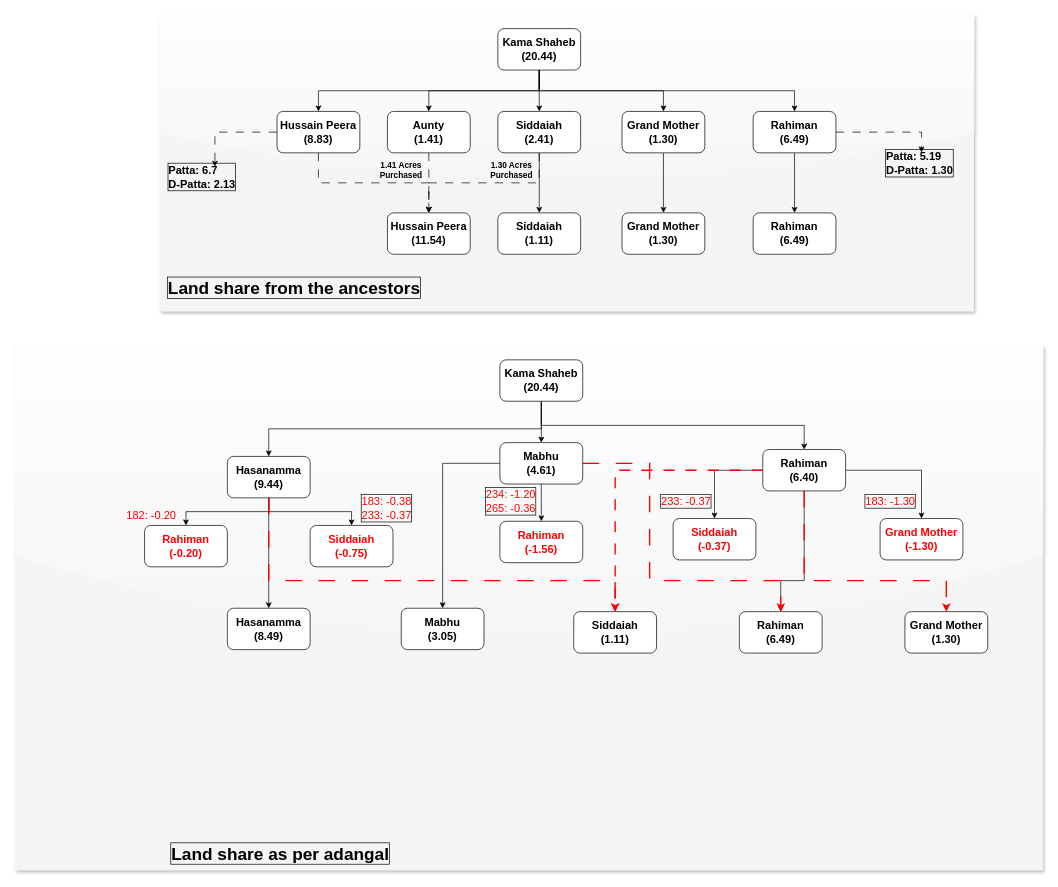
The draw.io diagram Untitled Diagram.drawio in Kamalbannuru/Designs, before the edit. Source tidied: cells renumbered, new cells numbered last; positions are measured from the earlier drawing's top-left corner, leaving out a move shared by most shapes. Both pictures are drawn from the tidied source at 69%, with x=0, y=0 at pixel (14, 14). Pictures stored in the file or linked from it are replaced by grey dashed boxes.
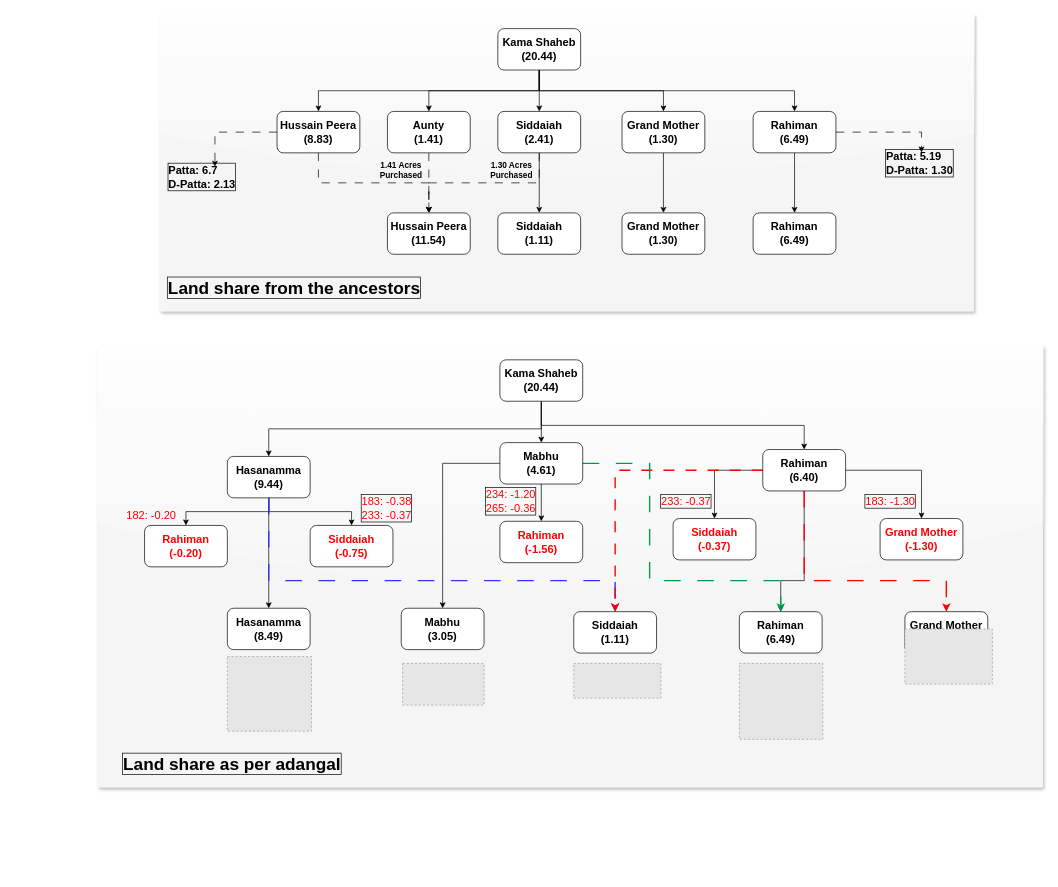
The same page after the edit.

Commit message:
Taduru Land Sharesdrawio

Unchanged cells that the change refers to:
```xml
<mxCell id="40" value="Hasanamma&lt;div&gt;(9.44)&lt;/div&gt;" style="rounded=1;whiteSpace=wrap;html=1;fontSize=16;fontStyle=1;" parent="1" vertex="1">
  <mxGeometry x="308" y="640" width="120" height="60" as="geometry" />
</mxCell>
<mxCell id="46" value="Rahiman&lt;div&gt;(6.40)&lt;/div&gt;" style="rounded=1;whiteSpace=wrap;html=1;fontSize=16;fontStyle=1;" parent="1" vertex="1">
  <mxGeometry x="1084" y="630" width="120" height="60" as="geometry" />
</mxCell>
<mxCell id="50" value="Mabhu&lt;div&gt;(4.61)&lt;/div&gt;" style="rounded=1;whiteSpace=wrap;html=1;fontSize=16;fontStyle=1;" parent="1" vertex="1">
  <mxGeometry x="703" y="620" width="120" height="60" as="geometry" />
</mxCell>
<mxCell id="51" value="Rahiman&lt;div&gt;(6.49&lt;span style=&quot;background-color: initial;&quot;&gt;)&lt;/span&gt;&lt;/div&gt;" style="rounded=1;whiteSpace=wrap;html=1;fontSize=16;fontStyle=1;" parent="1" vertex="1">
  <mxGeometry x="1050" y="865" width="120" height="60" as="geometry" />
</mxCell>
<mxCell id="54" value="Siddaiah&lt;div&gt;(1.11)&lt;/div&gt;" style="rounded=1;whiteSpace=wrap;html=1;fontSize=16;fontStyle=1;" parent="1" vertex="1">
  <mxGeometry x="810" y="865" width="120" height="60" as="geometry" />
</mxCell>
<mxCell id="56" value="Grand Mother&lt;div&gt;(1.30)&lt;/div&gt;" style="rounded=1;whiteSpace=wrap;html=1;fontSize=16;fontStyle=1;" parent="1" vertex="1">
  <mxGeometry x="1290" y="865" width="120" height="60" as="geometry" />
</mxCell>
```

Diff of the diagram source:
```diff
@@
     <mxCell id="31" style="rounded=0;whiteSpace=wrap;html=1;fillColor=#f5f5f5;strokeColor=none;fontColor=#333333;glass=1;shadow=1;" parent="1" vertex="1">
-      <mxGeometry y="480" width="1490" height="760" as="geometry" />
+      <mxGeometry x="120" y="480" width="1370" height="640" as="geometry" />
     </mxCell>
@@
-    <mxCell id="39" style="edgeStyle=orthogonalEdgeStyle;rounded=0;jettySize=auto;html=1;dashed=1;dashPattern=12 12;strokeColor=#FF0000;strokeWidth=2;" parent="1" edge="1" source="40" target="54">
+    <mxCell id="39" style="edgeStyle=orthogonalEdgeStyle;rounded=0;jettySize=auto;html=1;dashed=1;dashPattern=12 12;strokeColor=#3333FF;strokeWidth=2;fontColor=#0000FF;flowAnimation=1;" parent="1" edge="1" source="40" target="54">
       <mxGeometry relative="1" as="geometry">
         <Array as="points">
           <mxPoint x="368" y="820" />
           <mxPoint x="870" y="820" />
         </Array>
       </mxGeometry>
     </mxCell>
@@
-    <mxCell id="44" style="edgeStyle=orthogonalEdgeStyle;rounded=0;jettySize=auto;html=1;exitX=0.5;exitY=1;exitDx=0;exitDy=0;dashed=1;dashPattern=12 12;strokeColor=#FF0000;strokeWidth=2;" parent="1" edge="1" source="46" target="56">
+    <mxCell id="44" style="edgeStyle=orthogonalEdgeStyle;rounded=0;jettySize=auto;html=1;exitX=0.5;exitY=1;exitDx=0;exitDy=0;dashed=1;dashPattern=12 12;strokeColor=#FF0000;strokeWidth=2;flowAnimation=1;" parent="1" edge="1" source="46" target="56">
       <mxGeometry relative="1" as="geometry">
         <Array as="points">
           <mxPoint x="1144" y="820" />
           <mxPoint x="1350" y="820" />
         </Array>
       </mxGeometry>
     </mxCell>
-    <mxCell id="45" style="edgeStyle=orthogonalEdgeStyle;rounded=0;jettySize=auto;html=1;dashed=1;dashPattern=8 8;strokeWidth=2;strokeColor=#FF0000;" parent="1" edge="1" source="46" target="54">
+    <mxCell id="45" style="edgeStyle=orthogonalEdgeStyle;rounded=0;jettySize=auto;html=1;dashed=1;dashPattern=8 8;strokeWidth=2;strokeColor=#FF0000;flowAnimation=1;" parent="1" edge="1" source="46" target="54">
       <mxGeometry relative="1" as="geometry" />
     </mxCell>
@@
-    <mxCell id="49" style="edgeStyle=orthogonalEdgeStyle;rounded=0;jettySize=auto;html=1;entryX=0.5;entryY=0;entryDx=0;entryDy=0;dashed=1;dashPattern=12 12;strokeWidth=2;strokeColor=#FF0000;" parent="1" edge="1" source="50" target="51">
+    <mxCell id="49" style="edgeStyle=orthogonalEdgeStyle;rounded=0;jettySize=auto;html=1;entryX=0.5;entryY=0;entryDx=0;entryDy=0;dashed=1;dashPattern=12 12;strokeWidth=2;strokeColor=#00994D;flowAnimation=1;" parent="1" edge="1" source="50" target="51">
       <mxGeometry relative="1" as="geometry">
         <Array as="points">
           <mxPoint x="920" y="650" />
           <mxPoint x="920" y="820" />
           <mxPoint x="1110" y="820" />
         </Array>
       </mxGeometry>
     </mxCell>
@@
     <mxCell id="52" value="Land share as per adangal" style="text;html=1;align=center;verticalAlign=middle;whiteSpace=wrap;rounded=1;labelBorderColor=default;fontSize=25;fillColor=none;sketch=1;curveFitting=1;jiggle=2;shadow=1;glass=1;strokeColor=none;fontStyle=1;" parent="1" vertex="1">
-      <mxGeometry x="200" y="1200" width="370" height="30" as="geometry" />
+      <mxGeometry x="130" y="1070" width="370" height="30" as="geometry" />
     </mxCell>
@@
+    <mxCell id="67" style="fillColor=#E6E6E6;strokeColor=#999999;dashed=1;verticalLabelPosition=bottom;labelBackgroundColor=default;verticalAlign=top;" parent="1" vertex="1">
+      <mxGeometry x="308" y="930" width="122" height="108.2" as="geometry" />
+    </mxCell>
+    <mxCell id="68" style="fillColor=#E6E6E6;strokeColor=#999999;dashed=1;verticalLabelPosition=bottom;labelBackgroundColor=default;verticalAlign=top;" parent="1" vertex="1">
+      <mxGeometry x="562" y="940" width="118" height="60.4" as="geometry" />
+    </mxCell>
+    <mxCell id="69" style="fillColor=#E6E6E6;strokeColor=#999999;dashed=1;verticalLabelPosition=bottom;labelBackgroundColor=default;verticalAlign=top;" parent="1" vertex="1">
+      <mxGeometry x="1050" y="940" width="120.9" height="110" as="geometry" />
+    </mxCell>
+    <mxCell id="70" style="fillColor=#E6E6E6;strokeColor=#999999;dashed=1;verticalLabelPosition=bottom;labelBackgroundColor=default;verticalAlign=top;" parent="1" vertex="1">
+      <mxGeometry x="1290" y="890" width="126.7" height="80" as="geometry" />
+    </mxCell>
+    <mxCell id="71" style="fillColor=#E6E6E6;strokeColor=#999999;dashed=1;verticalLabelPosition=bottom;labelBackgroundColor=default;verticalAlign=top;" parent="1" vertex="1">
+      <mxGeometry x="810" y="940" width="126.3" height="50.4" as="geometry" />
+    </mxCell>
```
